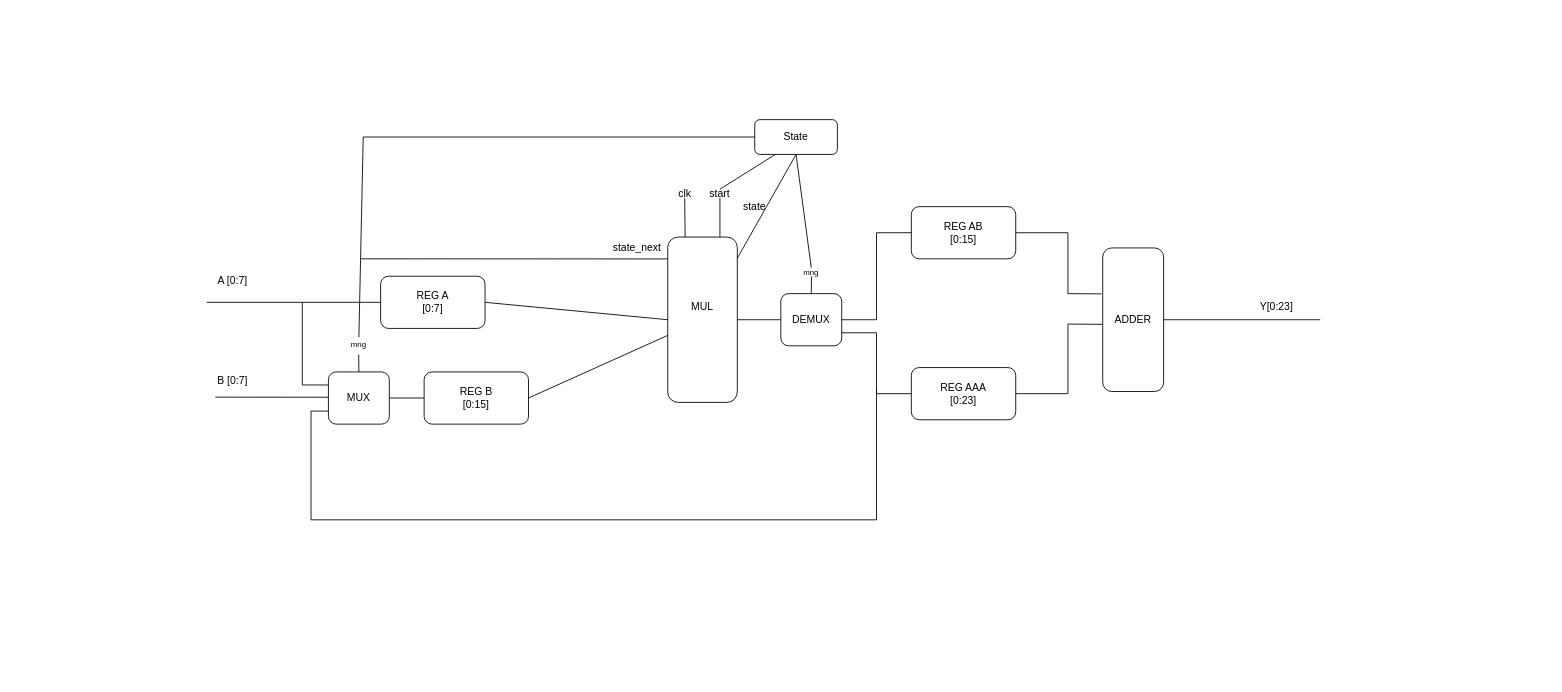
The draw.io diagram Семестр 6/Схемотехника/lab2/img/main.drawio in Ivanio1/itmo-3course, before the edit. Source tidied: cells renumbered, new cells numbered last; positions are measured from the earlier drawing's top-left corner, leaving out a move shared by most shapes. Both pictures are drawn from the tidied source at 87%, with x=0, y=0 at pixel (206, 119).
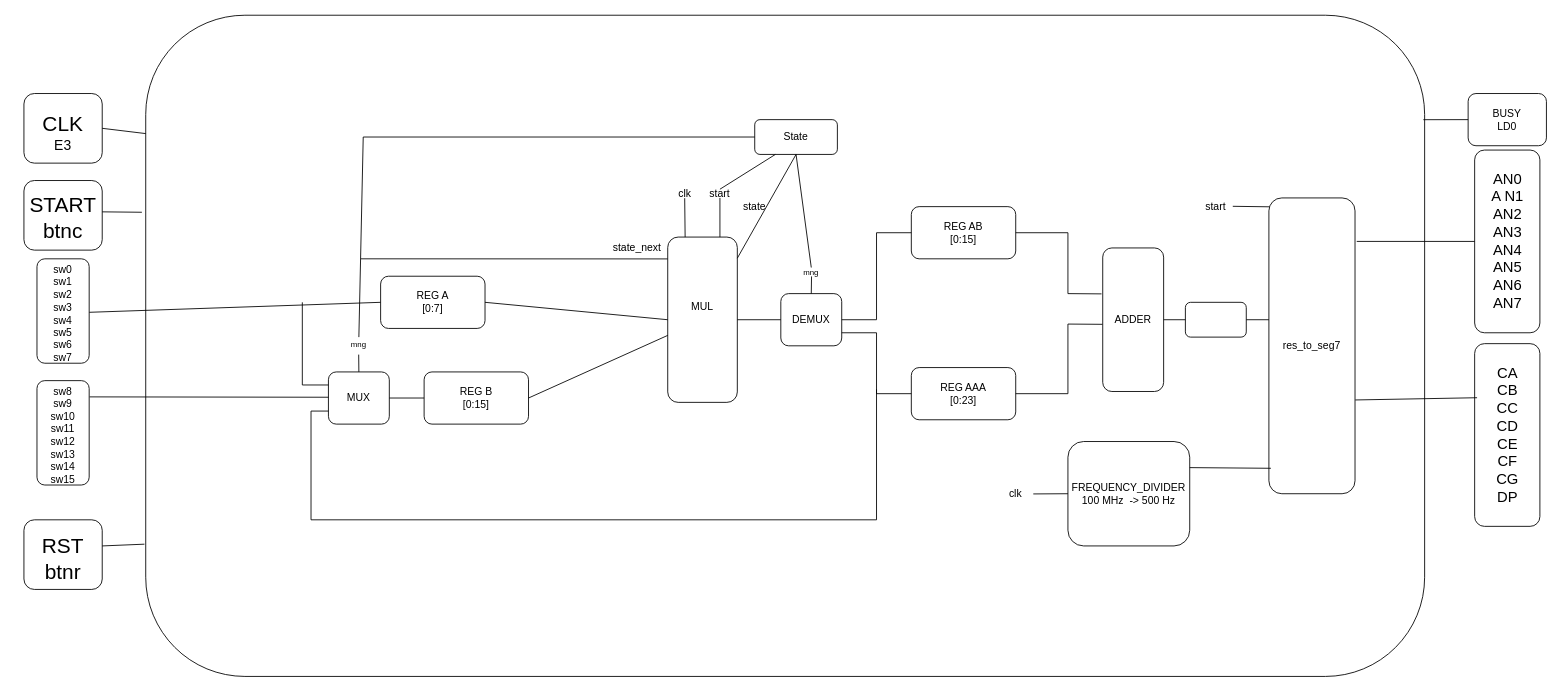
The same diagram, later.

Unchanged cells that the change refers to:
```xml
<mxCell id="2" style="rounded=1;whiteSpace=wrap;html=1;" parent="1" vertex="1">
  <mxGeometry x="200" y="180" width="120" height="60" as="geometry" />
</mxCell>
```

Diff of the diagram source:
```diff
@@
+    <mxCell id="50" style="rounded=1;whiteSpace=wrap;html=1;" parent="1" vertex="1">
+      <mxGeometry x="-70" y="-120" width="1470" height="760" as="geometry" />
+    </mxCell>
@@
-    <mxCell id="14" style="endArrow=none;html=1;rounded=0;entryX=0;entryY=0.5;entryDx=0;entryDy=0;" parent="1" edge="1" target="2">
-      <mxGeometry relative="1" as="geometry">
-        <mxPoint y="210" as="sourcePoint" />
-      </mxGeometry>
+    <mxCell id="14" style="endArrow=none;html=1;rounded=0;entryX=0;entryY=0.5;entryDx=0;entryDy=0;" parent="1" edge="1" source="59" target="2">
+      <mxGeometry relative="1" as="geometry" />
     </mxCell>
-    <mxCell id="15" style="endArrow=none;html=1;rounded=0;entryX=0;entryY=0.5;entryDx=0;entryDy=0;" parent="1" edge="1">
+    <mxCell id="15" style="endArrow=none;html=1;rounded=0;entryX=0;entryY=0.5;entryDx=0;entryDy=0;exitX=1.006;exitY=0.119;exitDx=0;exitDy=0;exitPerimeter=0;" parent="1" edge="1" source="60">
       <mxGeometry relative="1" as="geometry">
-        <mxPoint x="10" y="319" as="sourcePoint" />
         <mxPoint x="140" y="319.1" as="targetPoint" />
       </mxGeometry>
     </mxCell>
@@
-    <mxCell id="36" value="B [0:7]" style="text;html=1;align=center;verticalAlign=middle;whiteSpace=wrap;rounded=0;" parent="1" vertex="1">
-      <mxGeometry y="285" width="60" height="30" as="geometry" />
-    </mxCell>
-    <mxCell id="37" value="A [0:7]" style="text;html=1;align=center;verticalAlign=middle;whiteSpace=wrap;rounded=0;" parent="1" vertex="1">
-      <mxGeometry y="170" width="60" height="30" as="geometry" />
-    </mxCell>
@@
-    <mxCell id="41" value="Y[0:23]" style="text;html=1;align=center;verticalAlign=middle;whiteSpace=wrap;rounded=0;" parent="1" vertex="1">
-      <mxGeometry x="1200" y="200" width="60" height="30" as="geometry" />
-    </mxCell>
@@
+    <mxCell id="51" style="rounded=1;whiteSpace=wrap;html=1;" parent="1" vertex="1">
+      <mxGeometry x="-210" y="460" width="90" height="80" as="geometry" />
+    </mxCell>
+    <mxCell id="52" style="rounded=1;whiteSpace=wrap;html=1;" parent="1" vertex="1">
+      <mxGeometry x="-210" y="70" width="90" height="80" as="geometry" />
+    </mxCell>
+    <mxCell id="53" style="rounded=1;whiteSpace=wrap;html=1;" parent="1" vertex="1">
+      <mxGeometry x="-210" y="-30" width="90" height="80" as="geometry" />
+    </mxCell>
+    <mxCell id="54" style="rounded=1;whiteSpace=wrap;html=1;rotation=90;" parent="1" vertex="1">
+      <mxGeometry x="-225" y="190" width="120" height="60" as="geometry" />
+    </mxCell>
+    <mxCell id="55" style="rounded=1;whiteSpace=wrap;html=1;rotation=90;" parent="1" vertex="1">
+      <mxGeometry x="-225" y="330" width="120" height="60" as="geometry" />
+    </mxCell>
+    <mxCell id="56" value="&lt;font style=&quot;font-size: 24px;&quot;&gt;CLK&lt;/font&gt;&lt;div&gt;&lt;font size=&quot;3&quot;&gt;E3&lt;/font&gt;&lt;/div&gt;" style="text;html=1;align=center;verticalAlign=middle;whiteSpace=wrap;rounded=0;" parent="1" vertex="1">
+      <mxGeometry x="-220" y="-20" width="110" height="70" as="geometry" />
+    </mxCell>
+    <mxCell id="57" value="&lt;span style=&quot;font-size: 24px;&quot;&gt;START&lt;/span&gt;&lt;div&gt;&lt;span style=&quot;font-size: 24px;&quot;&gt;btnc&lt;/span&gt;&lt;/div&gt;" style="text;html=1;align=center;verticalAlign=middle;whiteSpace=wrap;rounded=0;" parent="1" vertex="1">
+      <mxGeometry x="-220" y="77.5" width="110" height="70" as="geometry" />
+    </mxCell>
+    <mxCell id="58" value="&lt;span style=&quot;font-size: 24px;&quot;&gt;RST&lt;/span&gt;&lt;div&gt;&lt;span style=&quot;font-size: 24px;&quot;&gt;btnr&lt;/span&gt;&lt;/div&gt;" style="text;html=1;align=center;verticalAlign=middle;whiteSpace=wrap;rounded=0;" parent="1" vertex="1">
+      <mxGeometry x="-220" y="470" width="110" height="70" as="geometry" />
+    </mxCell>
+    <mxCell id="59" value="sw0&lt;div&gt;sw1&lt;/div&gt;&lt;div&gt;sw2&lt;/div&gt;&lt;div&gt;sw3&lt;/div&gt;&lt;div&gt;sw4&lt;/div&gt;&lt;div&gt;sw5&lt;/div&gt;&lt;div&gt;sw6&lt;/div&gt;&lt;div&gt;sw7&lt;/div&gt;" style="text;html=1;align=center;verticalAlign=middle;whiteSpace=wrap;rounded=0;" parent="1" vertex="1">
+      <mxGeometry x="-195" y="165" width="60" height="115" as="geometry" />
+    </mxCell>
+    <mxCell id="60" value="sw8&lt;div&gt;sw9&lt;/div&gt;&lt;div&gt;sw10&lt;/div&gt;&lt;div&gt;sw11&lt;/div&gt;&lt;div&gt;sw12&lt;/div&gt;&lt;div&gt;sw13&lt;/div&gt;&lt;div&gt;sw14&lt;/div&gt;&lt;div&gt;sw15&lt;/div&gt;" style="text;html=1;align=center;verticalAlign=middle;whiteSpace=wrap;rounded=0;" parent="1" vertex="1">
+      <mxGeometry x="-195" y="305" width="60" height="115" as="geometry" />
+    </mxCell>
+    <mxCell id="61" style="endArrow=none;html=1;rounded=0;exitX=0;exitY=0.179;exitDx=0;exitDy=0;exitPerimeter=0;" parent="1" edge="1" source="50">
+      <mxGeometry relative="1" as="geometry">
+        <mxPoint x="-120" y="10" as="targetPoint" />
+      </mxGeometry>
+    </mxCell>
+    <mxCell id="62" style="endArrow=none;html=1;rounded=0;exitX=-0.003;exitY=0.298;exitDx=0;exitDy=0;exitPerimeter=0;" parent="1" edge="1" source="50">
+      <mxGeometry relative="1" as="geometry">
+        <mxPoint x="-120" y="106" as="targetPoint" />
+      </mxGeometry>
+    </mxCell>
+    <mxCell id="63" style="endArrow=none;html=1;rounded=0;entryX=-0.001;entryY=0.8;entryDx=0;entryDy=0;entryPerimeter=0;" parent="1" edge="1" target="50">
+      <mxGeometry relative="1" as="geometry">
+        <mxPoint x="-120" y="490" as="sourcePoint" />
+      </mxGeometry>
+    </mxCell>
+    <mxCell id="64" value="res_to_seg7" style="rounded=1;whiteSpace=wrap;html=1;" parent="1" vertex="1">
+      <mxGeometry x="1221" y="90" width="99" height="340" as="geometry" />
+    </mxCell>
+    <mxCell id="65" value="BUSY&lt;div&gt;LD0&lt;/div&gt;" style="rounded=1;whiteSpace=wrap;html=1;" parent="1" vertex="1">
+      <mxGeometry x="1450" y="-30" width="90" height="60" as="geometry" />
+    </mxCell>
+    <mxCell id="66" value="&lt;font style=&quot;font-size: 17px;&quot;&gt;AN0&lt;/font&gt;&lt;div style=&quot;font-size: 17px;&quot;&gt;&lt;font style=&quot;font-size: 17px;&quot;&gt;A N1&lt;/font&gt;&lt;/div&gt;&lt;div style=&quot;font-size: 17px;&quot;&gt;&lt;font style=&quot;font-size: 17px;&quot;&gt;AN2&lt;/font&gt;&lt;/div&gt;&lt;div style=&quot;font-size: 17px;&quot;&gt;&lt;font style=&quot;font-size: 17px;&quot;&gt;AN3&lt;/font&gt;&lt;/div&gt;&lt;div style=&quot;font-size: 17px;&quot;&gt;&lt;font style=&quot;font-size: 17px;&quot;&gt;AN4&lt;/font&gt;&lt;/div&gt;&lt;div style=&quot;font-size: 17px;&quot;&gt;&lt;font style=&quot;font-size: 17px;&quot;&gt;AN5&lt;/font&gt;&lt;/div&gt;&lt;div style=&quot;font-size: 17px;&quot;&gt;&lt;font style=&quot;font-size: 17px;&quot;&gt;AN6&lt;/font&gt;&lt;/div&gt;&lt;div style=&quot;font-size: 17px;&quot;&gt;&lt;font style=&quot;font-size: 17px;&quot;&gt;AN7&lt;/font&gt;&lt;/div&gt;" style="rounded=1;whiteSpace=wrap;html=1;" parent="1" vertex="1">
+      <mxGeometry x="1457.5" y="35" width="75" height="210" as="geometry" />
+    </mxCell>
+    <mxCell id="67" value="&lt;font style=&quot;font-size: 17px;&quot;&gt;CA&lt;/font&gt;&lt;div style=&quot;font-size: 17px;&quot;&gt;&lt;font style=&quot;font-size: 17px;&quot;&gt;CB&lt;/font&gt;&lt;/div&gt;&lt;div style=&quot;font-size: 17px;&quot;&gt;&lt;font style=&quot;font-size: 17px;&quot;&gt;CC&lt;/font&gt;&lt;/div&gt;&lt;div style=&quot;font-size: 17px;&quot;&gt;&lt;font style=&quot;font-size: 17px;&quot;&gt;CD&lt;/font&gt;&lt;/div&gt;&lt;div style=&quot;font-size: 17px;&quot;&gt;&lt;font style=&quot;font-size: 17px;&quot;&gt;CE&lt;/font&gt;&lt;/div&gt;&lt;div style=&quot;font-size: 17px;&quot;&gt;&lt;font style=&quot;font-size: 17px;&quot;&gt;CF&lt;/font&gt;&lt;/div&gt;&lt;div style=&quot;font-size: 17px;&quot;&gt;&lt;font style=&quot;font-size: 17px;&quot;&gt;CG&lt;/font&gt;&lt;/div&gt;&lt;div style=&quot;font-size: 17px;&quot;&gt;&lt;font style=&quot;font-size: 17px;&quot;&gt;DP&lt;/font&gt;&lt;/div&gt;" style="rounded=1;whiteSpace=wrap;html=1;" parent="1" vertex="1">
+      <mxGeometry x="1457.5" y="257.5" width="75" height="210" as="geometry" />
+    </mxCell>
+    <mxCell id="68" value="FREQUENCY_DIVIDER&lt;div&gt;100 MHz&amp;nbsp; -&amp;gt; 500 Hz&lt;/div&gt;" style="rounded=1;whiteSpace=wrap;html=1;" parent="1" vertex="1">
+      <mxGeometry x="990" y="370" width="140" height="120" as="geometry" />
+    </mxCell>
+    <mxCell id="69" style="endArrow=none;html=1;rounded=0;entryX=0;entryY=0.5;entryDx=0;entryDy=0;exitX=0.694;exitY=0.724;exitDx=0;exitDy=0;exitPerimeter=0;" parent="1" edge="1" source="50" target="68">
+      <mxGeometry relative="1" as="geometry" />
+    </mxCell>
+    <mxCell id="70" style="endArrow=none;html=1;rounded=0;entryX=0.023;entryY=0.914;entryDx=0;entryDy=0;entryPerimeter=0;exitX=1;exitY=0.25;exitDx=0;exitDy=0;" parent="1" edge="1" source="68" target="64">
+      <mxGeometry relative="1" as="geometry" />
+    </mxCell>
+    <mxCell id="71" style="endArrow=none;html=1;rounded=0;entryX=0.006;entryY=0.03;entryDx=0;entryDy=0;entryPerimeter=0;exitX=0.85;exitY=0.289;exitDx=0;exitDy=0;exitPerimeter=0;" parent="1" edge="1" source="50" target="64">
+      <mxGeometry relative="1" as="geometry" />
+    </mxCell>
+    <mxCell id="72" style="endArrow=none;html=1;rounded=0;entryX=0;entryY=0.5;entryDx=0;entryDy=0;exitX=0.999;exitY=0.158;exitDx=0;exitDy=0;exitPerimeter=0;" parent="1" edge="1" source="50" target="65">
+      <mxGeometry relative="1" as="geometry" />
+    </mxCell>
+    <mxCell id="73" style="endArrow=none;html=1;rounded=0;entryX=0;entryY=0.5;entryDx=0;entryDy=0;exitX=1.02;exitY=0.147;exitDx=0;exitDy=0;exitPerimeter=0;" parent="1" edge="1" source="64" target="66">
+      <mxGeometry relative="1" as="geometry" />
+    </mxCell>
+    <mxCell id="74" style="endArrow=none;html=1;rounded=0;entryX=0.037;entryY=0.296;entryDx=0;entryDy=0;entryPerimeter=0;exitX=1.003;exitY=0.683;exitDx=0;exitDy=0;exitPerimeter=0;" parent="1" edge="1" source="64" target="67">
+      <mxGeometry relative="1" as="geometry" />
+    </mxCell>
+    <mxCell id="75" value="start" style="text;html=1;align=center;verticalAlign=middle;whiteSpace=wrap;rounded=0;" parent="1" vertex="1">
+      <mxGeometry x="1130" y="85" width="60" height="30" as="geometry" />
+    </mxCell>
+    <mxCell id="76" value="clk" style="text;html=1;align=center;verticalAlign=middle;whiteSpace=wrap;rounded=0;" parent="1" vertex="1">
+      <mxGeometry x="900" y="415" width="60" height="30" as="geometry" />
+    </mxCell>
+    <mxCell id="77" style="rounded=1;whiteSpace=wrap;html=1;" parent="1" vertex="1">
+      <mxGeometry x="1125" y="210" width="70" height="40" as="geometry" />
+    </mxCell>
```
